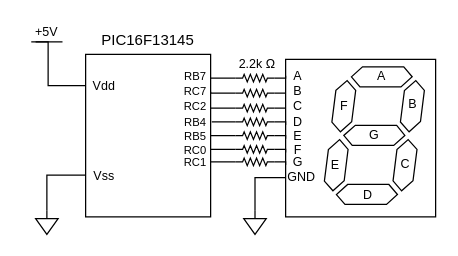
This is 7seg.drawio from jfcbooth/block_diagrams, a draw.io file, before an edit. Source tidied: cells renumbered, new cells numbered last; positions are measured from the earlier drawing's top-left corner, leaving out a move shared by most shapes. Both pictures are drawn from the tidied source at 125%, with x=0, y=0 at pixel (21, 21).
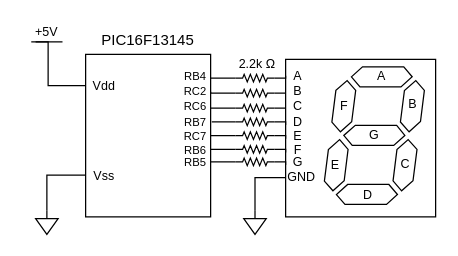
After the change.

Diff of the diagram source:
```diff
@@
-    <mxCell id="43" value="&lt;font style=&quot;font-size: 9px;&quot;&gt;RB7&lt;/font&gt;" style="text;html=1;strokeColor=none;fillColor=none;align=center;verticalAlign=middle;whiteSpace=wrap;rounded=0;" parent="1" vertex="1">
+    <mxCell id="43" value="&lt;font style=&quot;font-size: 9px;&quot;&gt;RB4&lt;/font&gt;" style="text;html=1;strokeColor=none;fillColor=none;align=center;verticalAlign=middle;whiteSpace=wrap;rounded=0;" parent="1" vertex="1">
       <mxGeometry x="129" y="38" width="20" height="10" as="geometry" />
     </mxCell>
-    <mxCell id="44" value="&lt;font style=&quot;font-size: 9px;&quot;&gt;RC7&lt;/font&gt;" style="text;html=1;strokeColor=none;fillColor=none;align=center;verticalAlign=middle;whiteSpace=wrap;rounded=0;" parent="1" vertex="1">
+    <mxCell id="44" value="&lt;font style=&quot;font-size: 9px;&quot;&gt;RC2&lt;/font&gt;" style="text;html=1;strokeColor=none;fillColor=none;align=center;verticalAlign=middle;whiteSpace=wrap;rounded=0;" parent="1" vertex="1">
       <mxGeometry x="129" y="50" width="20" height="10" as="geometry" />
     </mxCell>
-    <mxCell id="45" value="&lt;font style=&quot;font-size: 9px;&quot;&gt;RC2&lt;/font&gt;" style="text;html=1;strokeColor=none;fillColor=none;align=center;verticalAlign=middle;whiteSpace=wrap;rounded=0;" parent="1" vertex="1">
+    <mxCell id="45" value="&lt;font style=&quot;font-size: 9px;&quot;&gt;RC6&lt;/font&gt;" style="text;html=1;strokeColor=none;fillColor=none;align=center;verticalAlign=middle;whiteSpace=wrap;rounded=0;" parent="1" vertex="1">
       <mxGeometry x="129" y="62" width="20" height="10" as="geometry" />
     </mxCell>
-    <mxCell id="46" value="&lt;font style=&quot;font-size: 9px;&quot;&gt;RB4&lt;/font&gt;" style="text;html=1;strokeColor=none;fillColor=none;align=center;verticalAlign=middle;whiteSpace=wrap;rounded=0;" parent="1" vertex="1">
+    <mxCell id="46" value="&lt;font style=&quot;font-size: 9px;&quot;&gt;RB7&lt;/font&gt;" style="text;html=1;strokeColor=none;fillColor=none;align=center;verticalAlign=middle;whiteSpace=wrap;rounded=0;" parent="1" vertex="1">
       <mxGeometry x="129" y="75" width="20" height="10" as="geometry" />
     </mxCell>
-    <mxCell id="47" value="&lt;font style=&quot;font-size: 9px;&quot;&gt;RB5&lt;/font&gt;" style="text;html=1;strokeColor=none;fillColor=none;align=center;verticalAlign=middle;whiteSpace=wrap;rounded=0;" parent="1" vertex="1">
+    <mxCell id="47" value="&lt;font style=&quot;font-size: 9px;&quot;&gt;RC7&lt;/font&gt;" style="text;html=1;strokeColor=none;fillColor=none;align=center;verticalAlign=middle;whiteSpace=wrap;rounded=0;" parent="1" vertex="1">
       <mxGeometry x="129" y="86" width="20" height="10" as="geometry" />
     </mxCell>
-    <mxCell id="48" value="&lt;font style=&quot;font-size: 9px;&quot;&gt;RC0&lt;/font&gt;" style="text;html=1;strokeColor=none;fillColor=none;align=center;verticalAlign=middle;whiteSpace=wrap;rounded=0;" parent="1" vertex="1">
+    <mxCell id="48" value="&lt;font style=&quot;font-size: 9px;&quot;&gt;RB6&lt;/font&gt;" style="text;html=1;strokeColor=none;fillColor=none;align=center;verticalAlign=middle;whiteSpace=wrap;rounded=0;" parent="1" vertex="1">
       <mxGeometry x="129" y="97" width="20" height="10" as="geometry" />
     </mxCell>
-    <mxCell id="49" value="&lt;font style=&quot;font-size: 9px;&quot;&gt;RC1&lt;/font&gt;" style="text;html=1;strokeColor=none;fillColor=none;align=center;verticalAlign=middle;whiteSpace=wrap;rounded=0;" parent="1" vertex="1">
+    <mxCell id="49" value="&lt;font style=&quot;font-size: 9px;&quot;&gt;RB5&lt;/font&gt;" style="text;html=1;strokeColor=none;fillColor=none;align=center;verticalAlign=middle;whiteSpace=wrap;rounded=0;" parent="1" vertex="1">
       <mxGeometry x="129" y="107" width="20" height="10" as="geometry" />
     </mxCell>
```
